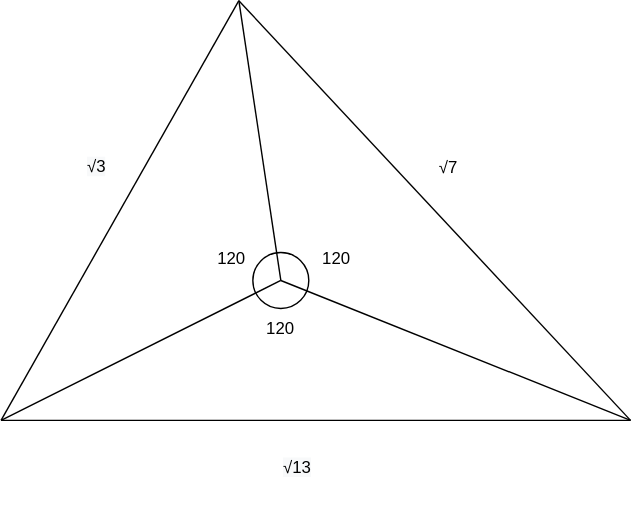
The draw.io diagram Untitled Diagram.drawio.svg in gnahz04/itsy, before a commit. Source tidied: cells renumbered, new cells last; positions are measured from the earlier drawing's top-left corner, leaving out a move shared by most shapes.
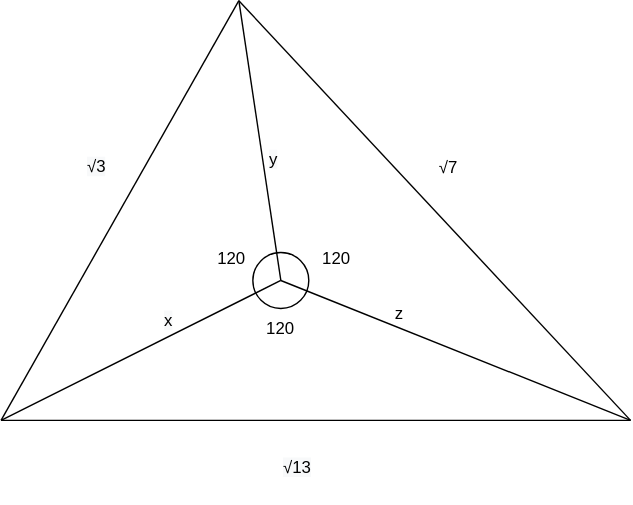
After the commit.

Diff of the diagram source:
```diff
@@ -64,5 +64,14 @@
     <mxCell id="15" value="&lt;span style=&quot;color: rgb(0, 0, 0); font-family: Helvetica; font-size: 12px; font-style: normal; font-variant-ligatures: normal; font-variant-caps: normal; font-weight: 400; letter-spacing: normal; orphans: 2; text-align: center; text-indent: 0px; text-transform: none; widows: 2; word-spacing: 0px; -webkit-text-stroke-width: 0px; background-color: rgb(248, 249, 250); text-decoration-thickness: initial; text-decoration-style: initial; text-decoration-color: initial; float: none; display: inline !important;&quot;&gt;√13&lt;/span&gt;" style="text;whiteSpace=wrap;html=1;" parent="1" vertex="1">
       <mxGeometry x="200" y="320" width="50" height="40" as="geometry" />
     </mxCell>
+    <mxCell id="16" value="&lt;span style=&quot;color: rgb(0, 0, 0); font-family: Helvetica; font-size: 12px; font-style: normal; font-variant-ligatures: normal; font-variant-caps: normal; font-weight: 400; letter-spacing: normal; orphans: 2; text-align: center; text-indent: 0px; text-transform: none; widows: 2; word-spacing: 0px; -webkit-text-stroke-width: 0px; background-color: rgb(248, 249, 250); text-decoration-thickness: initial; text-decoration-style: initial; text-decoration-color: initial; float: none; display: inline !important;&quot;&gt;x&lt;/span&gt;" style="text;whiteSpace=wrap;html=1;" parent="1" vertex="1">
+      <mxGeometry x="115" y="215" width="50" height="40" as="geometry" />
+    </mxCell>
+    <mxCell id="17" value="&lt;span style=&quot;color: rgb(0, 0, 0); font-family: Helvetica; font-size: 12px; font-style: normal; font-variant-ligatures: normal; font-variant-caps: normal; font-weight: 400; letter-spacing: normal; orphans: 2; text-align: center; text-indent: 0px; text-transform: none; widows: 2; word-spacing: 0px; -webkit-text-stroke-width: 0px; background-color: rgb(248, 249, 250); text-decoration-thickness: initial; text-decoration-style: initial; text-decoration-color: initial; float: none; display: inline !important;&quot;&gt;y&lt;/span&gt;&lt;span style=&quot;color: rgba(0, 0, 0, 0); font-family: monospace; font-size: 0px;&quot;&gt;%3CmxGraphModel%3E%3Croot%3E%3CmxCell%20id%3D%220%22%2F%3E%3CmxCell%20id%3D%221%22%20parent%3D%220%22%2F%3E%3CmxCell%20id%3D%222%22%20value%3D%22%26lt%3Bspan%20style%3D%26quot%3Bcolor%3A%20rgb(0%2C%200%2C%200)%3B%20font-family%3A%20Helvetica%3B%20font-size%3A%2012px%3B%20font-style%3A%20normal%3B%20font-variant-ligatures%3A%20normal%3B%20font-variant-caps%3A%20normal%3B%20font-weight%3A%20400%3B%20letter-spacing%3A%20normal%3B%20orphans%3A%202%3B%20text-align%3A%20center%3B%20text-indent%3A%200px%3B%20text-transform%3A%20none%3B%20widows%3A%202%3B%20word-spacing%3A%200px%3B%20-webkit-text-stroke-width%3A%200px%3B%20background-color%3A%20rgb(248%2C%20249%2C%20250)%3B%20text-decoration-thickness%3A%20initial%3B%20text-decoration-style%3A%20initial%3B%20text-decoration-color%3A%20initial%3B%20float%3A%20none%3B%20display%3A%20inline%20!important%3B%26quot%3B%26gt%3Bx%26lt%3B%2Fspan%26gt%3B%22%20style%3D%22text%3BwhiteSpace%3Dwrap%3Bhtml%3D1%3B%22%20vertex%3D%221%22%20parent%3D%221%22%3E%3CmxGeometry%20x%3D%22395%22%20y%3D%22320%22%20width%3D%2250%22%20height%3D%2240%22%20as%3D%22geometry%22%2F%3E%3C%2FmxCell%3E%3C%2Froot%3E%3C%2FmxGraphModel%3E&lt;/span&gt;" style="text;whiteSpace=wrap;html=1;" parent="1" vertex="1">
+      <mxGeometry x="190" y="100" width="50" height="40" as="geometry" />
+    </mxCell>
+    <mxCell id="18" value="&lt;div style=&quot;text-align: center;&quot;&gt;&lt;span style=&quot;background-color: initial;&quot;&gt;z&lt;/span&gt;&lt;/div&gt;" style="text;whiteSpace=wrap;html=1;" parent="1" vertex="1">
+      <mxGeometry x="280" y="210" width="50" height="40" as="geometry" />
+    </mxCell>
   </root>
 </mxGraphModel>
```
